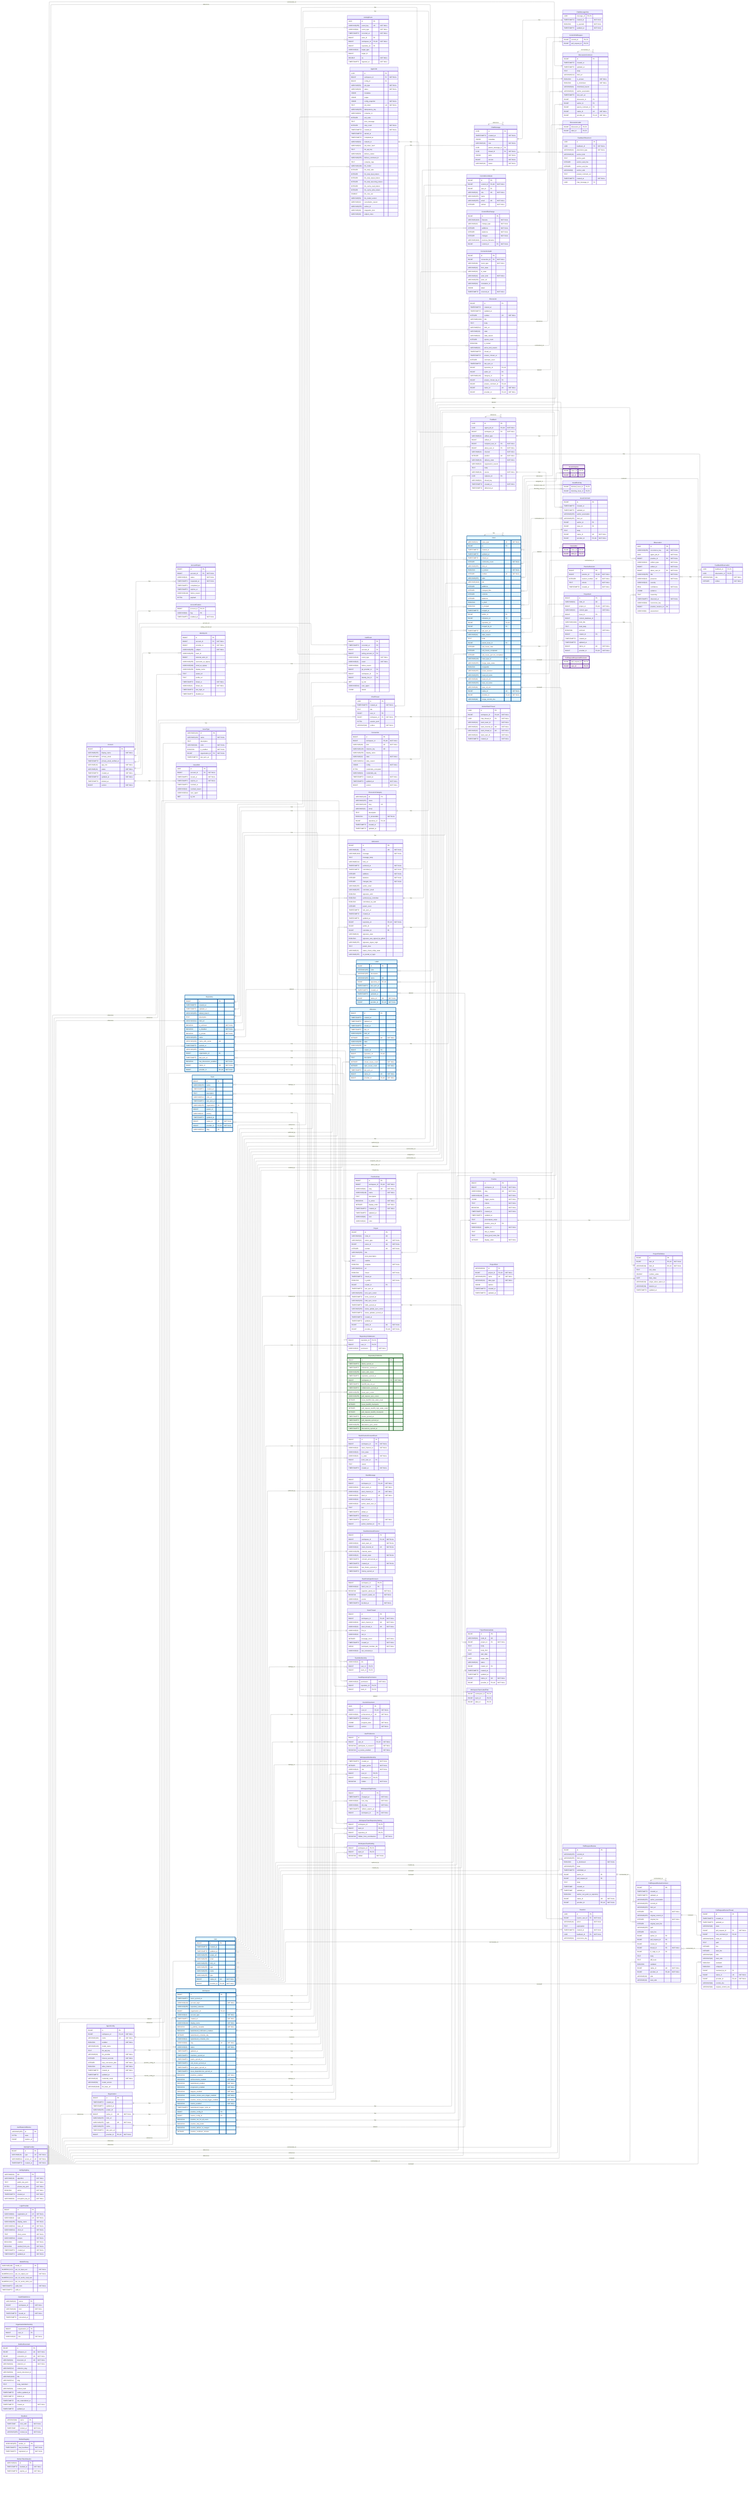
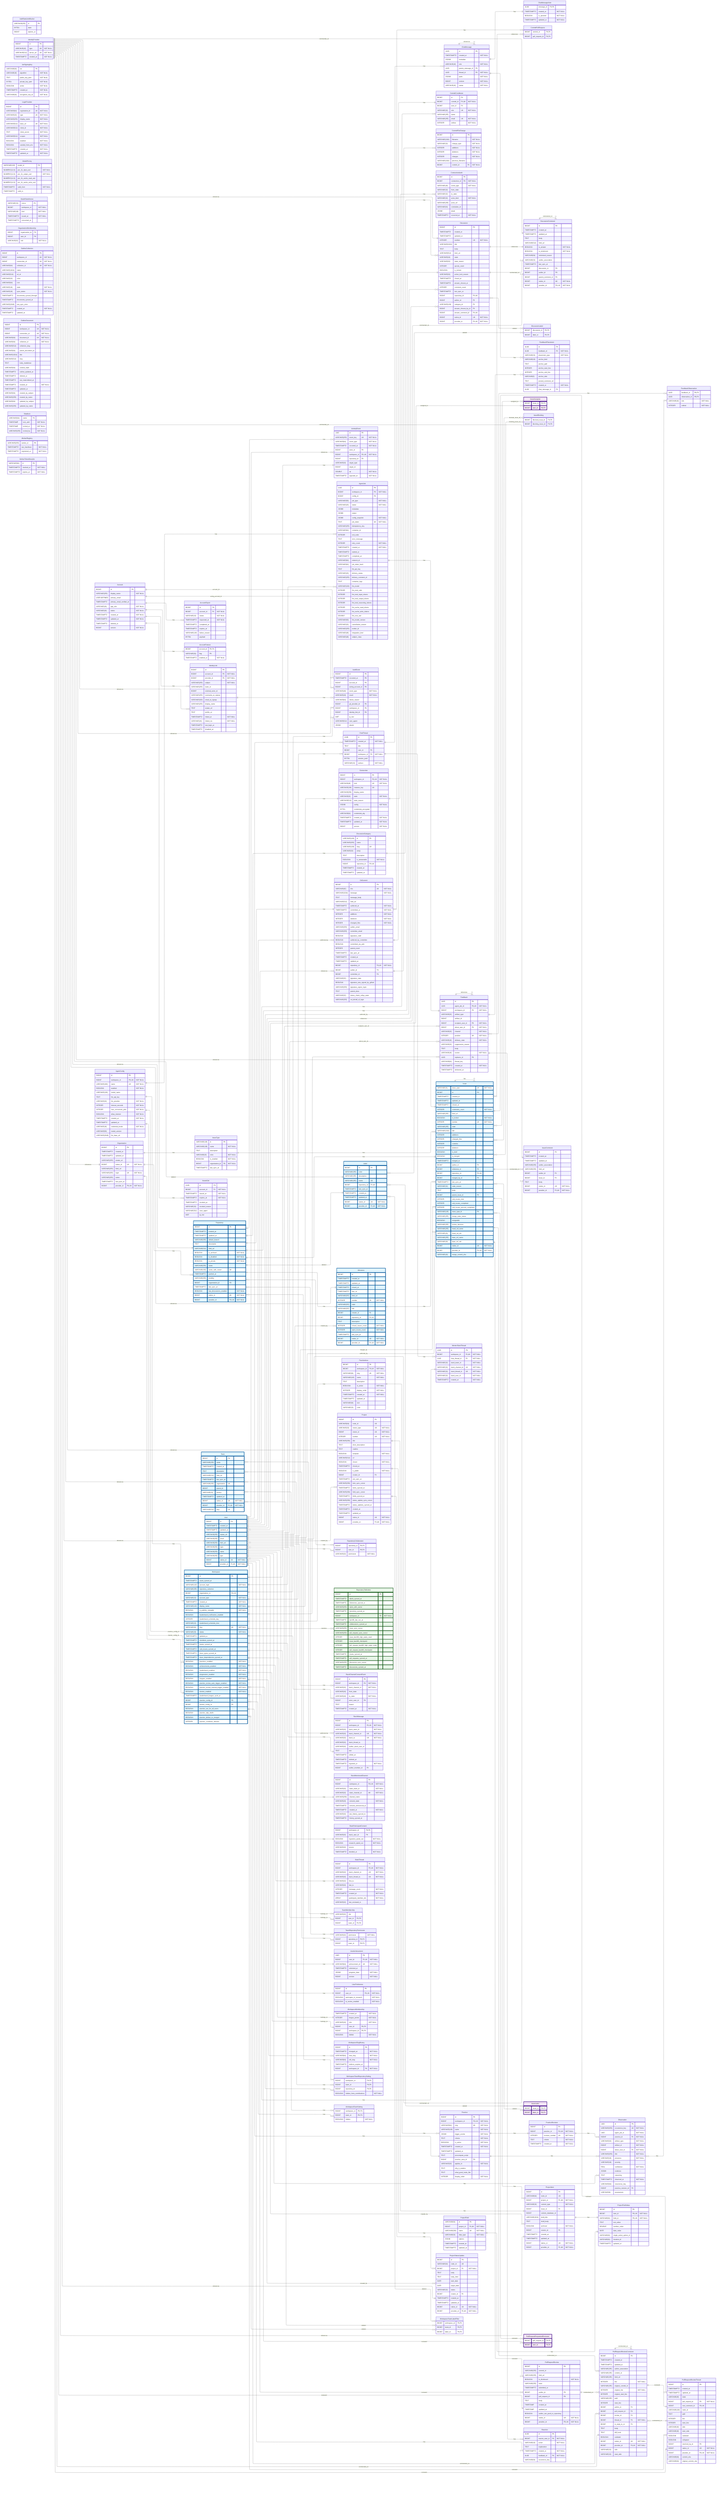
---
config:
    layout: elk
---
erDiagram
    %% Generated automatically from PostgreSQL database schema
    %% using scripts/generate-mermaid-erd.ts
    %% To regenerate: pnpm run db:generate-erd-docs

    direction LR

    Account {
        BIGINT id PK
        VARCHAR(255) display_name "NOT NULL"
        USER-DEFINED primary_email
        TIMESTAMPTZ primary_email_verified_at
        VARCHAR(16) app_role "NOT NULL"
        VARCHAR(16) status "NOT NULL"
        TIMESTAMPTZ created_at "NOT NULL"
        TIMESTAMPTZ updated_at "NOT NULL"
        TIMESTAMPTZ deleted_at
        BIGINT version "NOT NULL"
    }

    AccountExport {
        BIGINT id PK
        BIGINT account_id FK "NOT NULL"
        VARCHAR(16) status "NOT NULL"
        TIMESTAMPTZ requested_at "NOT NULL"
        TIMESTAMPTZ completed_at
        TIMESTAMPTZ expires_at
        VARCHAR(128) failure_reason
        BYTEA payload
    }

    AccountFeature {
        BIGINT account_id PK,FK
        VARCHAR(64) flag PK
        TIMESTAMPTZ enabled_at "NOT NULL"
    }

    ActivityEvent {
        UUID id PK
        VARCHAR(255) event_key UK "NOT NULL"
        VARCHAR(64) event_type "NOT NULL"
        TIMESTAMPTZ occurred_at "NOT NULL"
        BIGINT actor_id FK
        BIGINT workspace_id FK,UK "NOT NULL"
        BIGINT repository_id FK
        VARCHAR(32) target_type
        BIGINT target_id
        DOUBLE xp "NOT NULL"
        TIMESTAMPTZ ingested_at "NOT NULL"
    }

    AgentConfig {
        BIGINT id PK
        BIGINT workspace_id FK,UK "NOT NULL"
        VARCHAR(100) name UK "NOT NULL"
        BOOLEAN enabled "NOT NULL"
        VARCHAR(128) model_name
        TEXT llm_api_key
        VARCHAR(32) llm_provider "NOT NULL"
        INTEGER timeout_seconds "NOT NULL"
        INTEGER max_concurrent_jobs "NOT NULL"
        BOOLEAN allow_internet "NOT NULL"
        TIMESTAMPTZ created_at "NOT NULL"
        TIMESTAMPTZ updated_at
        VARCHAR(16) credential_mode "NOT NULL"
        VARCHAR(50) model_version
        VARCHAR(2048) llm_base_url
    }

    AgentJob {
        UUID id PK
        BIGINT workspace_id FK "NOT NULL"
        BIGINT config_id FK
        VARCHAR(50) job_type "NOT NULL"
        VARCHAR(20) status "NOT NULL"
        JSONB metadata
        JSONB output
        JSONB config_snapshot "NOT NULL"
        TEXT job_token UK "NOT NULL"
        VARCHAR(255) idempotency_key
        VARCHAR(64) container_id
        INTEGER exit_code
        TEXT error_message
        INTEGER retry_count "NOT NULL"
        TIMESTAMPTZ created_at "NOT NULL"
        TIMESTAMPTZ started_at
        TIMESTAMPTZ completed_at
        VARCHAR(64) network_id
        VARCHAR(64) job_token_hash
        TEXT llm_api_key
        VARCHAR(20) delivery_status
        VARCHAR(255) delivery_comment_id
        TEXT container_logs
        VARCHAR(100) llm_model
        INTEGER llm_total_calls
        INTEGER llm_total_input_tokens
        INTEGER llm_total_output_tokens
        INTEGER llm_total_reasoning_tokens
        INTEGER llm_cache_read_tokens
        INTEGER llm_cache_write_tokens
        DOUBLE llm_cost_usd
        VARCHAR(50) llm_model_version
        VARCHAR(32) cancellation_reason
        VARCHAR(255) worker_id
        VARCHAR(48) integration_kind
        VARCHAR(48) subject_class
    }

    AuthEvent {
        BIGINT id PK
        TIMESTAMPTZ occurred_at PK
        BIGINT account_id FK
        BIGINT acting_account_id FK
        VARCHAR(48) event_type "NOT NULL"
        VARCHAR(16) result "NOT NULL"
        VARCHAR(64) failure_reason
        BIGINT git_provider_id FK
        BIGINT workspace_id FK
        BIGINT identity_link_id FK
        INET ip_inet
        VARCHAR(512) user_agent
        JSONB details
    }

    AuthRateLimitBucket {
        VARCHAR(255) id PK
        BYTEA state
        BIGINT expires_at
    }

    ChatMessage {
        UUID id PK
        TIMESTAMPTZ created_at "NOT NULL"
        JSONB metadata
        VARCHAR(16) role "NOT NULL"
        UUID parent_message_id FK
        UUID thread_id FK "NOT NULL"
        JSONB parts "NOT NULL"
        BIGINT version "NOT NULL"
        VARCHAR(16) status "NOT NULL"
    }

    ChatMessageVote {
        UUID message_id PK,FK
        TIMESTAMPTZ created_at "NOT NULL"
        BOOLEAN is_upvoted "NOT NULL"
        TIMESTAMPTZ updated_at "NOT NULL"
    }

    ChatThread {
        UUID id PK
        TIMESTAMPTZ created_at "NOT NULL"
        TEXT title
        BIGINT user_id FK
        BIGINT workspace_id FK "NOT NULL"
        BYTEA session_jsonl
        VARCHAR(16) surface "NOT NULL"
    }

    CommitContributor {
        BIGINT id PK
        BIGINT commit_id FK,UK "NOT NULL"
        BIGINT user_id FK
        VARCHAR(32) role UK "NOT NULL"
        VARCHAR(255) name
        VARCHAR(255) email UK "NOT NULL"
        INTEGER ordinal "NOT NULL"
    }

    CommitFileChange {
        BIGINT id PK
        VARCHAR(1024) filename "NOT NULL"
        VARCHAR(32) change_type "NOT NULL"
        INTEGER additions "NOT NULL"
        INTEGER deletions "NOT NULL"
        INTEGER changes "NOT NULL"
        VARCHAR(1024) previous_filename
        BIGINT commit_id FK "NOT NULL"
    }

    CommitPullRequest {
        BIGINT commit_id PK,FK
        BIGINT pull_request_id PK,FK
    }

    Connection {
        BIGINT id PK
        BIGINT workspace_id FK,UK "NOT NULL"
        VARCHAR(48) kind UK "NOT NULL"
        VARCHAR(128) instance_key UK
        VARCHAR(256) display_name
        VARCHAR(32) state "NOT NULL"
        VARCHAR(512) state_reason
        JSONB config "NOT NULL"
        BYTEA credentials_encrypted
        VARCHAR(64) credentials_alg
        TIMESTAMPTZ created_at "NOT NULL"
        TIMESTAMPTZ updated_at "NOT NULL"
        BIGINT version "NOT NULL"
    }

    ConnectionAudit {
        BIGINT id PK
        BIGINT connection_id FK "NOT NULL"
        VARCHAR(48) event_type "NOT NULL"
        VARCHAR(32) from_state
        VARCHAR(32) to_state
        VARCHAR(32) actor_kind "NOT NULL"
        VARCHAR(256) actor_ref
        VARCHAR(64) correlation_id
        JSONB detail
        TIMESTAMPTZ occurred_at "NOT NULL"
    }

    Discussion {
        BIGINT id PK
        TIMESTAMPTZ created_at
        TIMESTAMPTZ updated_at
        INTEGER number UK "NOT NULL"
        VARCHAR(1024) title
        TEXT body
        VARCHAR(512) html_url
        VARCHAR(16) state
        VARCHAR(32) state_reason
        INTEGER upvote_count
        BOOLEAN is_locked
        VARCHAR(32) active_lock_reason
        TIMESTAMPTZ closed_at
        TIMESTAMPTZ answer_chosen_at
        INTEGER comment_count
        TIMESTAMPTZ last_sync_at
        BIGINT repository_id FK,UK
        BIGINT author_id FK
        VARCHAR(128) category_id FK
        BIGINT answer_chosen_by_id FK
        BIGINT answer_comment_id FK,UK
        BIGINT native_id UK "NOT NULL"
        BIGINT provider_id FK,UK "NOT NULL"
    }

    DiscussionCategory {
        VARCHAR(128) id PK
        VARCHAR(255) name
        VARCHAR(128) slug UK
        VARCHAR(32) emoji
        TEXT description
        BOOLEAN is_answerable "NOT NULL"
        BIGINT repository_id FK,UK
        TIMESTAMPTZ created_at
        TIMESTAMPTZ updated_at
    }

    DiscussionComment {
        BIGINT id PK
        TIMESTAMPTZ created_at
        TIMESTAMPTZ updated_at
        TEXT body
        VARCHAR(512) html_url
        BOOLEAN is_answer "NOT NULL"
        BOOLEAN is_minimized "NOT NULL"
        VARCHAR(64) minimized_reason
        VARCHAR(32) author_association
        TIMESTAMPTZ last_sync_at
        BIGINT discussion_id FK
        BIGINT author_id FK
        BIGINT parent_comment_id FK
        BIGINT native_id UK "NOT NULL"
        BIGINT provider_id FK,UK "NOT NULL"
    }

    DiscussionLabel {
        BIGINT discussion_id PK,FK
        BIGINT label_id PK,FK
    }

    Feedback {
        UUID id PK
        UUID agent_job_id FK,UK "NOT NULL"
        BIGINT workspace_id FK "NOT NULL"
        VARCHAR(32) artifact_type
        BIGINT artifact_id
        BIGINT recipient_user_id FK "NOT NULL"
        BIGINT about_user_id FK "NOT NULL"
        VARCHAR(32) channel "NOT NULL"
        INTEGER position UK "NOT NULL"
        VARCHAR(16) delivery_state "NOT NULL"
        VARCHAR(32) suppression_reason
        TEXT body
        VARCHAR(16) source "NOT NULL"
        UUID replaces_id FK
        VARCHAR(64) thread_key
        TIMESTAMPTZ created_at "NOT NULL"
        TIMESTAMPTZ delivered_at
    }

    FeedbackObservation {
        UUID feedback_id PK,FK
        UUID observation_id PK,FK
        VARCHAR(16) role "NOT NULL"
        INTEGER ordinal "NOT NULL"
    }

    FeedbackPlacement {
        UUID id PK
        UUID feedback_id FK "NOT NULL"
        VARCHAR(32) placement_type "NOT NULL"
        VARCHAR(16) anchor_kind
        TEXT anchor_path
        INTEGER anchor_start_line
        INTEGER anchor_end_line
        VARCHAR(8) anchor_side
        TEXT posted_comment_ref
        TIMESTAMPTZ created_at "NOT NULL"
        UUID chat_message_id FK
    }

    GitCommit {
        BIGINT id PK
        VARCHAR(40) sha UK "NOT NULL"
        VARCHAR(1024) message "NOT NULL"
        TEXT message_body
        VARCHAR(512) html_url
        TIMESTAMPTZ authored_at "NOT NULL"
        TIMESTAMPTZ committed_at "NOT NULL"
        INTEGER additions "NOT NULL"
        INTEGER deletions "NOT NULL"
        INTEGER changed_files "NOT NULL"
        VARCHAR(255) author_email
        VARCHAR(255) committer_email
        BOOLEAN signature_valid
        BOOLEAN authored_by_committer
        BOOLEAN committed_via_web
        INTEGER parent_count
        TIMESTAMPTZ last_sync_at
        TIMESTAMPTZ created_at
        TIMESTAMPTZ updated_at
        BIGINT repository_id FK,UK "NOT NULL"
        BIGINT author_id FK
        BIGINT committer_id FK
        VARCHAR(32) signature_state
        BOOLEAN signature_was_signed_by_github
        VARCHAR(255) signature_signer_login
        TEXT parent_shas
        VARCHAR(32) status_check_rollup_state
        VARCHAR(255) on_behalf_of_login
    }

    IdentityLink {
        BIGINT id PK
        BIGINT account_id FK "NOT NULL"
        BIGINT provider_id FK "NOT NULL"
        VARCHAR(255) subject "NOT NULL"
        VARCHAR(255) team_id
        BIGINT external_actor_id
        VARCHAR(255) username_at_signup
        VARCHAR(320) email_at_signup
        VARCHAR(255) display_name
        TEXT avatar_url
        TEXT profile_url
        TIMESTAMPTZ linked_at "NOT NULL"
        VARCHAR(16) linked_via "NOT NULL"
        TIMESTAMPTZ last_login_at
        TIMESTAMPTZ disabled_at
    }

    IdentityProvider {
        BIGINT id PK
        VARCHAR(10) type UK "NOT NULL"
        VARCHAR(512) server_url UK "NOT NULL"
        TIMESTAMPTZ created_at "NOT NULL"
    }

    Issue {
        VARCHAR(31) issue_type UK "NOT NULL"
        BIGINT id PK
        TIMESTAMPTZ created_at
        TIMESTAMPTZ updated_at
        TIMESTAMPTZ closed_at
        INTEGER comments_count "NOT NULL"
        VARCHAR(255) html_url
        BOOLEAN is_locked "NOT NULL"
        INTEGER number UK "NOT NULL"
        VARCHAR(255) state
        VARCHAR(1024) title
        INTEGER additions
        INTEGER changed_files
        INTEGER commits
        INTEGER deletions
        BOOLEAN is_draft
        BOOLEAN is_merged
        TIMESTAMPTZ merged_at
        BIGINT author_id FK
        BIGINT milestone_id FK
        BIGINT repository_id FK,UK
        BIGINT merged_by_id FK
        TIMESTAMPTZ last_sync_at
        VARCHAR(32) state_reason
        TEXT body
        BIGINT parent_issue_id FK
        INTEGER sub_issues_total
        INTEGER sub_issues_completed
        INTEGER sub_issues_percent_completed
        VARCHAR(128) issue_type_id FK
        VARCHAR(255) merge_state_status
        BOOLEAN mergeable
        VARCHAR(255) review_decision
        VARCHAR(255) head_ref_name
        VARCHAR(40) head_ref_oid
        VARCHAR(255) base_ref_name
        VARCHAR(40) base_ref_oid
        BIGINT native_id UK "NOT NULL"
        BIGINT provider_id FK,UK "NOT NULL"
        VARCHAR(40) merge_commit_sha
    }

    IssueAssignee {
        BIGINT issue_id PK,FK
        BIGINT user_id PK,FK
    }

    IssueBlocking {
        BIGINT blocked_issue_id PK,FK
        BIGINT blocking_issue_id PK,FK
    }

    IssueComment {
        BIGINT id PK
        TIMESTAMPTZ created_at
        TIMESTAMPTZ updated_at
        VARCHAR(255) author_association
        VARCHAR(255) html_url
        BIGINT author_id FK
        BIGINT issue_id FK
        TEXT body
        BIGINT native_id UK "NOT NULL"
        BIGINT provider_id FK,UK "NOT NULL"
    }

    IssueLabel {
        BIGINT issue_id PK,FK
        BIGINT label_id PK,FK
    }

    IssueType {
        VARCHAR(128) id PK
        VARCHAR(128) name "NOT NULL"
        TEXT description
        VARCHAR(20) color "NOT NULL"
        BOOLEAN is_enabled "NOT NULL"
        BIGINT organization_id FK "NOT NULL"
        TIMESTAMPTZ last_sync_at
    }

    IssuedJwt {
        UUID jti PK
        BIGINT account_id FK "NOT NULL"
        TIMESTAMPTZ issued_at "NOT NULL"
        TIMESTAMPTZ expires_at "NOT NULL"
        TIMESTAMPTZ revoked_at
        VARCHAR(32) revoked_reason
        VARCHAR(512) user_agent
        INET ip_inet
    }

    JwtSigningKey {
        VARCHAR(64) kid PK
        VARCHAR(16) algorithm "NOT NULL"
        TEXT public_key_pem "NOT NULL"
        BYTEA private_key_pem "NOT NULL"
        BOOLEAN active "NOT NULL"
        TIMESTAMPTZ created_at "NOT NULL"
        VARCHAR(64) encryption_key_id "NOT NULL"
    }

    Label {
        BIGINT id PK
        VARCHAR(255) color
        VARCHAR(255) description
        VARCHAR(255) name UK
        BIGINT repository_id FK,UK
        TIMESTAMPTZ last_sync_at
        TIMESTAMPTZ created_at
        TIMESTAMPTZ updated_at
        BIGINT native_id UK "NOT NULL"
        BIGINT provider_id FK,UK "NOT NULL"
    }

    LoginProvider {
        BIGINT id PK
        VARCHAR(64) registration_id UK "NOT NULL"
        VARCHAR(10) type UK "NOT NULL"
        VARCHAR(255) display_name "NOT NULL"
        VARCHAR(512) base_url UK "NOT NULL"
        VARCHAR(512) client_id "NOT NULL"
        TEXT client_secret "NOT NULL"
        VARCHAR(512) scopes "NOT NULL"
        BOOLEAN enabled "NOT NULL"
        BOOLEAN seeded_from_env "NOT NULL"
        TIMESTAMPTZ created_at "NOT NULL"
        TIMESTAMPTZ updated_at "NOT NULL"
    }

    MentorSlackThread {
        UUID id PK
        BIGINT workspace_id FK,UK "NOT NULL"
        UUID chat_thread_id FK "NOT NULL"
        VARCHAR(32) slack_team_id "NOT NULL"
        VARCHAR(32) slack_channel_id UK "NOT NULL"
        VARCHAR(32) slack_thread_ts UK "NOT NULL"
        VARCHAR(32) slack_user_id "NOT NULL"
        TIMESTAMPTZ created_at "NOT NULL"
    }

    Milestone {
        BIGINT id PK
        TIMESTAMPTZ created_at
        TIMESTAMPTZ updated_at
        TIMESTAMPTZ closed_at
        TIMESTAMPTZ due_on
        VARCHAR(255) html_url
        INTEGER number UK "NOT NULL"
        VARCHAR(255) state
        VARCHAR(255) title
        BIGINT creator_id FK
        BIGINT repository_id FK,UK
        TEXT description
        INTEGER closed_issues_count "NOT NULL"
        INTEGER open_issues_count "NOT NULL"
        TIMESTAMPTZ last_sync_at
        BIGINT native_id UK "NOT NULL"
        BIGINT provider_id FK,UK "NOT NULL"
    }

    ModelPricing {
        VARCHAR(128) model_id PK
        NUMERIC(12,6) per_1k_input_usd "NOT NULL"
        NUMERIC(12,6) per_1k_output_usd "NOT NULL"
        NUMERIC(12,6) per_1k_cache_read_usd
        NUMERIC(12,6) per_1k_cache_write_usd
        TIMESTAMPTZ valid_from "NOT NULL"
        TIMESTAMPTZ valid_to
    }

    OauthStateNonce {
        VARCHAR(32) nonce PK
        BIGINT workspace_id "NOT NULL"
        VARCHAR(48) kind "NOT NULL"
        TIMESTAMPTZ issued_at "NOT NULL"
        TIMESTAMPTZ consumed_at
    }

    Observation {
        UUID id PK
        VARCHAR(255) occurrence_key UK "NOT NULL"
        UUID agent_job_id "NOT NULL"
        BIGINT practice_id FK "NOT NULL"
        VARCHAR(32) artifact_type "NOT NULL"
        BIGINT artifact_id "NOT NULL"
        BIGINT about_user_id FK "NOT NULL"
        VARCHAR(255) title "NOT NULL"
        VARCHAR(16) presence "NOT NULL"
        VARCHAR(16) severity
        REAL confidence "NOT NULL"
        JSONB evidence
        TEXT reasoning
        TIMESTAMPTZ observed_at "NOT NULL"
        VARCHAR(64) recurrence_key
        BIGINT practice_revision_id FK
        VARCHAR(8) assessment
    }

    Organization {
        BIGINT id PK
        TIMESTAMPTZ created_at
        TIMESTAMPTZ updated_at
        VARCHAR(255) avatar_url
        BIGINT native_id UK "NOT NULL"
        VARCHAR(255) html_url
        VARCHAR(255) login UK "NOT NULL"
        VARCHAR(255) name
        TIMESTAMPTZ last_sync_at
        BIGINT provider_id FK,UK "NOT NULL"
    }

    OrganizationMembership {
        BIGINT organization_id PK
        BIGINT user_id PK
        VARCHAR(32) role "NOT NULL"
    }

+     OutlineCollection {
+         BIGINT id PK
+         BIGINT workspace_id UK "NOT NULL"
+         BIGINT connection_id UK "NOT NULL"
+         VARCHAR(64) collection_id UK "NOT NULL"
+         VARCHAR(1024) name
+         VARCHAR(512) url_id
+         VARCHAR(32) color
+         VARCHAR(64) icon
+         VARCHAR(16) state "NOT NULL"
+         VARCHAR(16) sync_status "NOT NULL"
+         TIMESTAMPTZ documents_synced_through
+         TIMESTAMPTZ documents_synced_at
+         VARCHAR(2048) last_sync_error
+         TIMESTAMPTZ created_at "NOT NULL"
+         TIMESTAMPTZ updated_at
+     }
+ 
    OutlineDocument {
        BIGINT id PK
        BIGINT workspace_id UK "NOT NULL"
        BIGINT connection_id UK "NOT NULL"
        VARCHAR(64) document_id UK "NOT NULL"
        VARCHAR(64) collection_id "NOT NULL"
        VARCHAR(512) collection_slug
        VARCHAR(64) parent_document_id
        VARCHAR(1024) title
        VARCHAR(512) slug
        TEXT body_markdown
        VARCHAR(64) content_hash
        TIMESTAMPTZ outline_updated_at
        TIMESTAMPTZ deleted_at
        TIMESTAMPTZ last_materialized_at
        TIMESTAMPTZ created_at "NOT NULL"
        TIMESTAMPTZ updated_at
+         VARCHAR(64) created_by_subject
+         VARCHAR(255) created_by_name
+         VARCHAR(64) updated_by_subject
+         VARCHAR(255) updated_by_name
    }

    Practice {
        BIGINT id PK
        BIGINT workspace_id FK,UK "NOT NULL"
        VARCHAR(64) slug UK "NOT NULL"
        VARCHAR(128) name "NOT NULL"
        JSONB trigger_events "NOT NULL"
        TEXT criteria "NOT NULL"
        BOOLEAN is_active "NOT NULL"
        TIMESTAMPTZ created_at "NOT NULL"
        TIMESTAMPTZ updated_at
        TEXT precompute_script
        BIGINT practice_area_id FK
        VARCHAR(32) applies_to "NOT NULL"
        TEXT why_it_matters
        TEXT what_good_looks_like
        INTEGER display_order "NOT NULL"
    }

    PracticeArea {
        BIGINT id PK
        BIGINT workspace_id FK,UK "NOT NULL"
        VARCHAR(64) slug UK "NOT NULL"
        VARCHAR(128) name "NOT NULL"
        TEXT description
        BOOLEAN is_active "NOT NULL"
        INTEGER display_order "NOT NULL"
        TIMESTAMPTZ created_at "NOT NULL"
        TIMESTAMPTZ updated_at
        VARCHAR(64) icon
        VARCHAR(32) color
    }

    PracticeRevision {
        BIGINT id PK
        BIGINT practice_id FK,UK "NOT NULL"
        INTEGER revision_number UK "NOT NULL"
        TEXT criteria "NOT NULL"
        TIMESTAMPTZ created_at "NOT NULL"
    }

    Project {
        BIGINT id PK
        VARCHAR(64) node_id UK
        VARCHAR(32) owner_type UK "NOT NULL"
        BIGINT owner_id UK "NOT NULL"
        INTEGER number UK "NOT NULL"
        VARCHAR(256) title
        TEXT short_description
        TEXT readme
        BOOLEAN template "NOT NULL"
        VARCHAR(512) url
        BOOLEAN closed "NOT NULL"
        TIMESTAMPTZ closed_at
        BOOLEAN is_public "NOT NULL"
        BIGINT creator_id FK
        TIMESTAMPTZ last_sync_at
        VARCHAR(256) item_sync_cursor
        TIMESTAMPTZ items_synced_at
        VARCHAR(256) field_sync_cursor
        TIMESTAMPTZ fields_synced_at
        VARCHAR(256) status_update_sync_cursor
        TIMESTAMPTZ status_updates_synced_at
        TIMESTAMPTZ created_at
        TIMESTAMPTZ updated_at
        BIGINT native_id UK "NOT NULL"
        BIGINT provider_id FK,UK "NOT NULL"
    }

    ProjectField {
        VARCHAR(64) id PK
        BIGINT project_id FK,UK "NOT NULL"
        VARCHAR(256) name UK "NOT NULL"
        VARCHAR(32) data_type "NOT NULL"
        JSONB options
        TIMESTAMPTZ created_at
        TIMESTAMPTZ updated_at
    }

    ProjectFieldValue {
        BIGINT id PK
        BIGINT item_id FK,UK "NOT NULL"
        VARCHAR(64) field_id FK,UK "NOT NULL"
        TEXT text_value
        DOUBLE number_value
        DATE date_value
        VARCHAR(64) single_select_option_id
        VARCHAR(64) iteration_id
        TIMESTAMPTZ updated_at
    }

    ProjectItem {
        BIGINT id PK
        VARCHAR(64) node_id UK
        BIGINT project_id FK,UK "NOT NULL"
        VARCHAR(32) content_type "NOT NULL"
        BIGINT issue_id FK
        BIGINT content_database_id
        VARCHAR(1024) draft_title
        TEXT draft_body
        BOOLEAN archived "NOT NULL"
        BIGINT creator_id FK
        TIMESTAMPTZ created_at
        TIMESTAMPTZ updated_at
        BIGINT native_id UK "NOT NULL"
        BIGINT provider_id FK,UK "NOT NULL"
    }

    ProjectStatusUpdate {
        BIGINT id PK
        VARCHAR(64) node_id UK
        BIGINT project_id FK "NOT NULL"
        TEXT body
        TEXT body_html
        DATE start_date
        DATE target_date
        VARCHAR(32) status
        BIGINT creator_id FK
        TIMESTAMPTZ created_at
        TIMESTAMPTZ updated_at
        BIGINT native_id UK "NOT NULL"
        BIGINT provider_id FK,UK "NOT NULL"
    }

    PullRequestRequestedReviewer {
        BIGINT pull_request_id PK,FK
        BIGINT user_id PK,FK
    }

    PullRequestReview {
        BIGINT id PK
        VARCHAR(255) commit_id
        VARCHAR(255) html_url
        BOOLEAN is_dismissed "NOT NULL"
        VARCHAR(255) state
        TIMESTAMPTZ submitted_at
        BIGINT author_id FK
        BIGINT pull_request_id FK
        TEXT body
        TIMESTAMP created_at
        TIMESTAMP updated_at
        BOOLEAN author_can_push_to_repository
        BIGINT native_id UK "NOT NULL"
        BIGINT provider_id FK,UK "NOT NULL"
    }

    PullRequestReviewComment {
        BIGINT id PK
        TIMESTAMPTZ created_at
        TIMESTAMPTZ updated_at
        VARCHAR(255) author_association
        VARCHAR(255) commit_id
        VARCHAR(255) html_url
        INTEGER line "NOT NULL"
        VARCHAR(255) original_commit_id
        INTEGER original_line "NOT NULL"
        INTEGER original_start_line
        VARCHAR(255) path
        INTEGER start_line
        BIGINT author_id FK
        BIGINT pull_request_id FK
        BIGINT review_id FK
        BIGINT thread_id FK "NOT NULL"
        BIGINT in_reply_to_id FK
        TEXT body
        TEXT diff_hunk
        BOOLEAN outdated
        BIGINT native_id UK "NOT NULL"
        BIGINT provider_id FK,UK "NOT NULL"
        VARCHAR(16) side
        VARCHAR(16) start_side
    }

    PullRequestReviewThread {
        BIGINT id PK
        TIMESTAMPTZ created_at
        TIMESTAMPTZ updated_at
        VARCHAR(20) state
        BIGINT pull_request_id FK "NOT NULL"
        BIGINT root_comment_id FK,UK
        VARCHAR(128) node_id
        TEXT path
        INTEGER line
        INTEGER start_line
        VARCHAR(16) side
        VARCHAR(16) start_side
        BOOLEAN outdated
        BOOLEAN collapsed
        BIGINT resolved_by_id FK
        BIGINT native_id UK "NOT NULL"
        BIGINT provider_id FK,UK "NOT NULL"
        VARCHAR(64) commit_sha
        VARCHAR(64) original_commit_sha
    }

    Reaction {
        UUID id PK
        BIGINT reactor_user_id FK "NOT NULL"
        VARCHAR(16) action "NOT NULL"
        TEXT explanation
        TIMESTAMPTZ created_at "NOT NULL"
        UUID feedback_id FK "NOT NULL"
        VARCHAR(64) recurrence_key
    }

    Repository {
        BIGINT id PK
        TIMESTAMPTZ created_at
        TIMESTAMPTZ updated_at
        VARCHAR(255) default_branch
        TEXT description
        VARCHAR(512) html_url
        BOOLEAN is_archived "NOT NULL"
        BOOLEAN is_disabled "NOT NULL"
        BOOLEAN is_private "NOT NULL"
        VARCHAR(255) name
        VARCHAR(150) name_with_owner UK
        TIMESTAMPTZ pushed_at
        VARCHAR(255) visibility
        BIGINT organization_id FK
        TIMESTAMPTZ last_sync_at
        BOOLEAN has_discussions_enabled "NOT NULL"
        BIGINT native_id UK "NOT NULL"
        BIGINT provider_id FK,UK "NOT NULL"
    }

    RepositoryCollaborator {
        BIGINT repository_id PK,FK
        BIGINT user_id PK,FK
        VARCHAR(32) permission "NOT NULL"
    }

    RepositoryToMonitor {
        BIGINT id PK
        TIMESTAMPTZ labels_synced_at
        TIMESTAMPTZ milestones_synced_at
        VARCHAR(255) name_with_owner
        TIMESTAMPTZ repository_synced_at
        BIGINT workspace_id FK "NOT NULL"
        TIMESTAMPTZ backfill_last_run_at
        TIMESTAMPTZ collaborators_synced_at
        VARCHAR(255) issue_sync_cursor
        VARCHAR(255) pull_request_sync_cursor
        INTEGER issue_backfill_high_water_mark
        INTEGER issue_backfill_checkpoint
        INTEGER pull_request_backfill_high_water_mark
        INTEGER pull_request_backfill_checkpoint
        TIMESTAMPTZ issues_synced_at
        TIMESTAMPTZ pull_requests_synced_at
        VARCHAR(255) discussion_sync_cursor
        TIMESTAMPTZ discussions_synced_at
    }

    Shedlock {
        VARCHAR(64) name PK
        TIMESTAMP lock_until "NOT NULL"
        TIMESTAMP locked_at "NOT NULL"
        VARCHAR(255) locked_by "NOT NULL"
    }

    SlackChannelConsentEvent {
        BIGINT id PK
        BIGINT workspace_id FK "NOT NULL"
        VARCHAR(32) slack_channel_id "NOT NULL"
        VARCHAR(16) from_state
        VARCHAR(16) to_state "NOT NULL"
        BIGINT actor_user_id FK
        TEXT reason
        TIMESTAMPTZ created_at "NOT NULL"
    }

    SlackMessage {
        BIGINT id PK
        BIGINT workspace_id FK,UK "NOT NULL"
        VARCHAR(32) slack_team_id "NOT NULL"
        VARCHAR(32) slack_channel_id UK "NOT NULL"
        VARCHAR(32) slack_ts UK "NOT NULL"
        VARCHAR(32) slack_thread_ts
        VARCHAR(32) author_slack_user_id
        TEXT text
        TIMESTAMPTZ edited_at
        TIMESTAMPTZ deleted_at
        TIMESTAMPTZ ingested_at "NOT NULL"
        BIGINT author_member_id FK
    }

    SlackMonitoredChannel {
        BIGINT id PK
        BIGINT workspace_id FK,UK "NOT NULL"
        VARCHAR(32) slack_team_id "NOT NULL"
        VARCHAR(32) slack_channel_id UK "NOT NULL"
        VARCHAR(256) channel_name
        VARCHAR(16) consent_state "NOT NULL"
        TIMESTAMPTZ consent_announced_at
        TIMESTAMPTZ created_at "NOT NULL"
        VARCHAR(32) last_history_synced_ts
        TIMESTAMPTZ history_synced_at
    }

    SlackParticipantConsent {
        BIGINT workspace_id PK,FK
        VARCHAR(32) slack_user_id PK
        BOOLEAN ingestion_opted_out "NOT NULL"
        BOOLEAN research_opted_out "NOT NULL"
        VARCHAR(32) source
        TIMESTAMPTZ decided_at "NOT NULL"
    }

    SlackThread {
        BIGINT id PK
        BIGINT workspace_id FK,UK "NOT NULL"
        VARCHAR(32) slack_channel_id UK "NOT NULL"
        VARCHAR(32) slack_thread_ts UK "NOT NULL"
        VARCHAR(32) first_ts
        VARCHAR(32) last_ts
        INTEGER message_count "NOT NULL"
        TIMESTAMPTZ created_at "NOT NULL"
        ARRAY participant_member_ids "NOT NULL"
        VARCHAR(32) last_reviewed_ts
    }

    Team {
        BIGINT id PK
        VARCHAR(255) name
        TIMESTAMPTZ created_at
        TEXT description
        VARCHAR(512) html_url
        TIMESTAMPTZ last_sync_at
        VARCHAR(255) organization UK
        BIGINT parent_id
        VARCHAR(32) privacy
        TIMESTAMPTZ updated_at
        BIGINT native_id UK "NOT NULL"
        BIGINT provider_id FK,UK "NOT NULL"
        VARCHAR(512) slug UK
    }

    TeamMembership {
        VARCHAR(32) role
        BIGINT user_id PK,FK
        BIGINT team_id PK,FK
    }

    TeamRepositoryPermission {
        VARCHAR(32) permission "NOT NULL"
        BIGINT repository_id PK,FK
        BIGINT team_id PK,FK
    }

    User {
        BIGINT id PK
        TIMESTAMPTZ created_at
        TIMESTAMPTZ updated_at
        VARCHAR(255) avatar_url
        VARCHAR(255) email
        VARCHAR(255) html_url
        VARCHAR(255) login
        VARCHAR(255) name
        VARCHAR(255) type
        BIGINT native_id UK "NOT NULL"
        BIGINT provider_id FK,UK "NOT NULL"
    }

    UserAchievement {
        UUID id PK
        BIGINT user_id FK,UK "NOT NULL"
        VARCHAR(64) achievement_id UK "NOT NULL"
        TIMESTAMPTZ unlocked_at
        JSONB progress_data "NOT NULL"
        BIGINT version "NOT NULL"
    }

    UserPreference {
        BIGINT id PK
        BIGINT user_id FK,UK "NOT NULL"
        BOOLEAN participate_in_research "NOT NULL"
        BOOLEAN ai_review_enabled "NOT NULL"
    }

    WorkerRegistry {
        VARCHAR(255) worker_id PK
        TIMESTAMPTZ last_heartbeat "NOT NULL"
        TIMESTAMPTZ registered_at "NOT NULL"
    }

    WorkerTokenDenylist {
        VARCHAR(64) jti PK
        TIMESTAMPTZ revoked_at "NOT NULL"
        TIMESTAMPTZ expires_at "NOT NULL"
    }

    Workspace {
        BIGINT id PK
        TIMESTAMPTZ users_synced_at
        VARCHAR(120) account_login "NOT NULL"
        VARCHAR(255) repository_selection
        BIGINT organization_id FK,UK
        VARCHAR(10) account_type "NOT NULL"
        TIMESTAMPTZ created_at "NOT NULL"
        VARCHAR(120) display_name "NOT NULL"
        BOOLEAN is_publicly_viewable "NOT NULL"
        BOOLEAN leaderboard_notification_enabled
        INTEGER leaderboard_schedule_day
        VARCHAR(10) leaderboard_schedule_time
        VARCHAR(64) slug UK "NOT NULL"
        VARCHAR(20) status "NOT NULL"
        TIMESTAMPTZ updated_at
        TIMESTAMPTZ members_synced_at
        TIMESTAMPTZ teams_synced_at
        TIMESTAMPTZ sub_issues_synced_at
        TIMESTAMPTZ issue_types_synced_at
        TIMESTAMPTZ issue_dependencies_synced_at
        BOOLEAN practices_enabled "NOT NULL"
        BOOLEAN achievements_enabled "NOT NULL"
        BOOLEAN leaderboard_enabled "NOT NULL"
        BOOLEAN progression_enabled "NOT NULL"
        BOOLEAN leagues_enabled "NOT NULL"
        BOOLEAN practice_review_auto_trigger_enabled "NOT NULL"
        BOOLEAN practice_review_manual_trigger_enabled "NOT NULL"
        BOOLEAN mentor_enabled "NOT NULL"
        TIMESTAMPTZ leaderboard_league_cycle_at
        BIGINT practice_config_id FK
        BIGINT mentor_config_id FK
        BOOLEAN practice_run_for_all_users
        BOOLEAN practice_skip_drafts
        BOOLEAN practice_deliver_to_merged
        INTEGER practice_cooldown_minutes
    }

    WorkspaceMembership {
        TIMESTAMPTZ created_at "NOT NULL"
        INTEGER league_points "NOT NULL"
        VARCHAR(16) role "NOT NULL"
        BIGINT user_id PK,FK
        BIGINT workspace_id PK,FK
        BOOLEAN hidden "NOT NULL"
    }

    WorkspaceSlugHistory {
        BIGINT id PK
        TIMESTAMPTZ changed_at "NOT NULL"
        VARCHAR(64) new_slug "NOT NULL"
        VARCHAR(64) old_slug "NOT NULL"
        TIMESTAMPTZ redirect_expires_at
        BIGINT workspace_id FK "NOT NULL"
    }

    WorkspaceTeamLabelFilter {
        BIGINT workspace_id PK,FK
        BIGINT team_id PK,FK
        BIGINT label_id PK,FK
    }

    WorkspaceTeamRepositorySetting {
        BIGINT workspace_id PK,FK
        BIGINT team_id PK,FK
        BIGINT repository_id PK,FK
        BOOLEAN hidden_from_contributions "NOT NULL"
    }

    WorkspaceTeamSetting {
        BIGINT workspace_id PK,FK
        BIGINT team_id PK,FK
        BOOLEAN hidden "NOT NULL"
    }

    %% Relationships
    %% One-to-One relationships
    Account ||--|| AccountFeature : has
    Workspace ||--|| ActivityEvent : has
    Workspace ||--|| AgentConfig : has
    ChatMessage ||--|| ChatMessageVote : has
    GitCommit ||--|| CommitContributor : has
    Workspace ||--|| Connection : has
    Repository ||--|| Discussion : has
    DiscussionComment ||--|| Discussion : references
    IdentityProvider ||--|| Discussion : references
    Repository ||--|| DiscussionCategory : has
    IdentityProvider ||--|| DiscussionComment : commented_on
    AgentJob ||--|| Feedback : has
    Repository ||--|| GitCommit : has
    Repository ||--|| Issue : has
    IdentityProvider ||--|| Issue : references
    IdentityProvider ||--|| IssueComment : commented_on
    Repository ||--|| Label : labeled
    IdentityProvider ||--|| Label : labeled
    Workspace ||--|| MentorSlackThread : has
    Repository ||--|| Milestone : has
    IdentityProvider ||--|| Milestone : references
    IdentityProvider ||--|| Organization : references
    Workspace ||--|| Practice : has
    Workspace ||--|| PracticeArea : has
    Practice ||--|| PracticeRevision : has
    IdentityProvider ||--|| Project : references
    Project ||--|| ProjectField : has
    ProjectItem ||--|| ProjectFieldValue : has
    ProjectField ||--|| ProjectFieldValue : has
    Project ||--|| ProjectItem : has
    IdentityProvider ||--|| ProjectItem : references
    IdentityProvider ||--|| ProjectStatusUpdate : references
    IdentityProvider ||--|| PullRequestReview : reviewed
    IdentityProvider ||--|| PullRequestReviewComment : commented_on
    PullRequestReviewComment ||--|| PullRequestReviewThread : reviewed
    IdentityProvider ||--|| PullRequestReviewThread : reviewed
    IdentityProvider ||--|| Repository : references
    Workspace ||--|| SlackMessage : has
    Workspace ||--|| SlackMonitoredChannel : has
    Workspace ||--|| SlackParticipantConsent : has
    Workspace ||--|| SlackThread : has
    IdentityProvider ||--|| Team : references
    IdentityProvider ||--|| User : references
    User ||--|| UserAchievement : has
    User ||--|| UserPreference : has
    Organization ||--|| Workspace : has
    User ||--|| WorkspaceMembership : belongs_to
    Workspace ||--|| WorkspaceMembership : belongs_to

    %% One-to-Many relationships
    Account ||--o{ AccountExport : has
    User ||--o{ ActivityEvent : references
    Repository ||--o{ ActivityEvent : has
    Workspace ||--o{ AgentJob : has
    AgentConfig ||--o{ AgentJob : has
    Account ||--o{ AuthEvent : account_id
    Account ||--o{ AuthEvent : acting_account_id
    IdentityProvider ||--o{ AuthEvent : references
    Workspace ||--o{ AuthEvent : has
    IdentityLink ||--o{ AuthEvent : has
    ChatMessage ||--o{ ChatMessage : references
    ChatThread ||--o{ ChatMessage : has
    User ||--o{ ChatThread : has
    Workspace ||--o{ ChatThread : has
    User ||--o{ CommitContributor : has
    GitCommit ||--o{ CommitFileChange : has
    Connection ||--o{ ConnectionAudit : has
    User ||--o{ Discussion : authored_by
    DiscussionCategory ||--o{ Discussion : has
    User ||--o{ Discussion : references
    Discussion ||--o{ DiscussionComment : commented_on
    User ||--o{ DiscussionComment : commented_on
    DiscussionComment ||--o{ DiscussionComment : commented_on
    Workspace ||--o{ Feedback : has
    User ||--o{ Feedback : recipient_user_id
    User ||--o{ Feedback : about_user_id
    Feedback ||--o{ Feedback : references
    Feedback ||--o{ FeedbackPlacement : has
    ChatMessage ||--o{ FeedbackPlacement : has
    User ||--o{ GitCommit : authored_by
    User ||--o{ GitCommit : references
    Account ||--o{ IdentityLink : has
    IdentityProvider ||--o{ IdentityLink : references
    User ||--o{ Issue : authored_by
    Milestone ||--o{ Issue : has
    User ||--o{ Issue : merged_by
    Issue ||--o{ Issue : has
    IssueType ||--o{ Issue : has
    User ||--o{ IssueComment : commented_on
    Issue ||--o{ IssueComment : commented_on
    Organization ||--o{ IssueType : has
    Account ||--o{ IssuedJwt : has
    ChatThread ||--o{ MentorSlackThread : has
    User ||--o{ Milestone : created_by
    Practice ||--o{ Observation : has
    User ||--o{ Observation : has
    PracticeRevision ||--o{ Observation : has
    PracticeArea ||--o{ Practice : has
    User ||--o{ Project : created_by
    Issue ||--o{ ProjectItem : has
    User ||--o{ ProjectItem : created_by
    Project ||--o{ ProjectStatusUpdate : has
    User ||--o{ ProjectStatusUpdate : created_by
    User ||--o{ PullRequestReview : reviewed
    Issue ||--o{ PullRequestReview : reviewed
    User ||--o{ PullRequestReviewComment : commented_on
    Issue ||--o{ PullRequestReviewComment : commented_on
    PullRequestReview ||--o{ PullRequestReviewComment : commented_on
    PullRequestReviewThread ||--o{ PullRequestReviewComment : commented_on
    PullRequestReviewComment ||--o{ PullRequestReviewComment : commented_on
    Issue ||--o{ PullRequestReviewThread : reviewed
    User ||--o{ PullRequestReviewThread : reviewed
    User ||--o{ Reaction : has
    Feedback ||--o{ Reaction : has
    Organization ||--o{ Repository : has
    Workspace ||--o{ RepositoryToMonitor : monitors
    Workspace ||--o{ SlackChannelConsentEvent : has
    User ||--o{ SlackChannelConsentEvent : has
    User ||--o{ SlackMessage : authored_by
    AgentConfig ||--o{ Workspace : practice_config_id
    AgentConfig ||--o{ Workspace : mentor_config_id
    Workspace ||--o{ WorkspaceSlugHistory : has

    %% Many-to-Many relationships
    GitCommit }o--o{ CommitPullRequest : has
    Issue }o--o{ CommitPullRequest : references
    Discussion }o--o{ DiscussionLabel : labeled
    Label }o--o{ DiscussionLabel : labeled
    Feedback }o--o{ FeedbackObservation : has
    Observation }o--o{ FeedbackObservation : has
    Issue }o--o{ IssueAssignee : assigned_to
    User }o--o{ IssueAssignee : assigned_to
    Issue }o--o{ IssueBlocking : blocked_issue_id
    Issue }o--o{ IssueBlocking : blocking_issue_id
    Issue }o--o{ IssueLabel : labeled
    Label }o--o{ IssueLabel : labeled
    Issue }o--o{ PullRequestRequestedReviewer : reviewed
    User }o--o{ PullRequestRequestedReviewer : reviewed
    Repository }o--o{ RepositoryCollaborator : has
    User }o--o{ RepositoryCollaborator : has
    User }o--o{ TeamMembership : belongs_to
    Team }o--o{ TeamMembership : belongs_to
    Repository }o--o{ TeamRepositoryPermission : has
    Team }o--o{ TeamRepositoryPermission : has
    Workspace }o--o{ WorkspaceTeamLabelFilter : labeled
    Team }o--o{ WorkspaceTeamLabelFilter : labeled
    Label }o--o{ WorkspaceTeamLabelFilter : labeled
    Workspace }o--o{ WorkspaceTeamRepositorySetting : has
    Team }o--o{ WorkspaceTeamRepositorySetting : has
    Repository }o--o{ WorkspaceTeamRepositorySetting : has
    Workspace }o--o{ WorkspaceTeamSetting : has
    Team }o--o{ WorkspaceTeamSetting : has

    %% Styling
    classDef primaryEntity fill:#e1f5fe,stroke:#01579b,stroke-width:2px
    classDef associationEntity fill:#f3e5f5,stroke:#4a148c,stroke-width:2px
    classDef metadataEntity fill:#e8f5e8,stroke:#1b5e20,stroke-width:2px

    class Issue primaryEntity
    class IssueAssignee associationEntity
    class IssueLabel associationEntity
    class Label primaryEntity
    class Milestone primaryEntity
    class PullRequestRequestedReviewer associationEntity
    class Repository primaryEntity
    class RepositoryToMonitor metadataEntity
    class Team primaryEntity
    class User primaryEntity
    class Workspace primaryEntity
